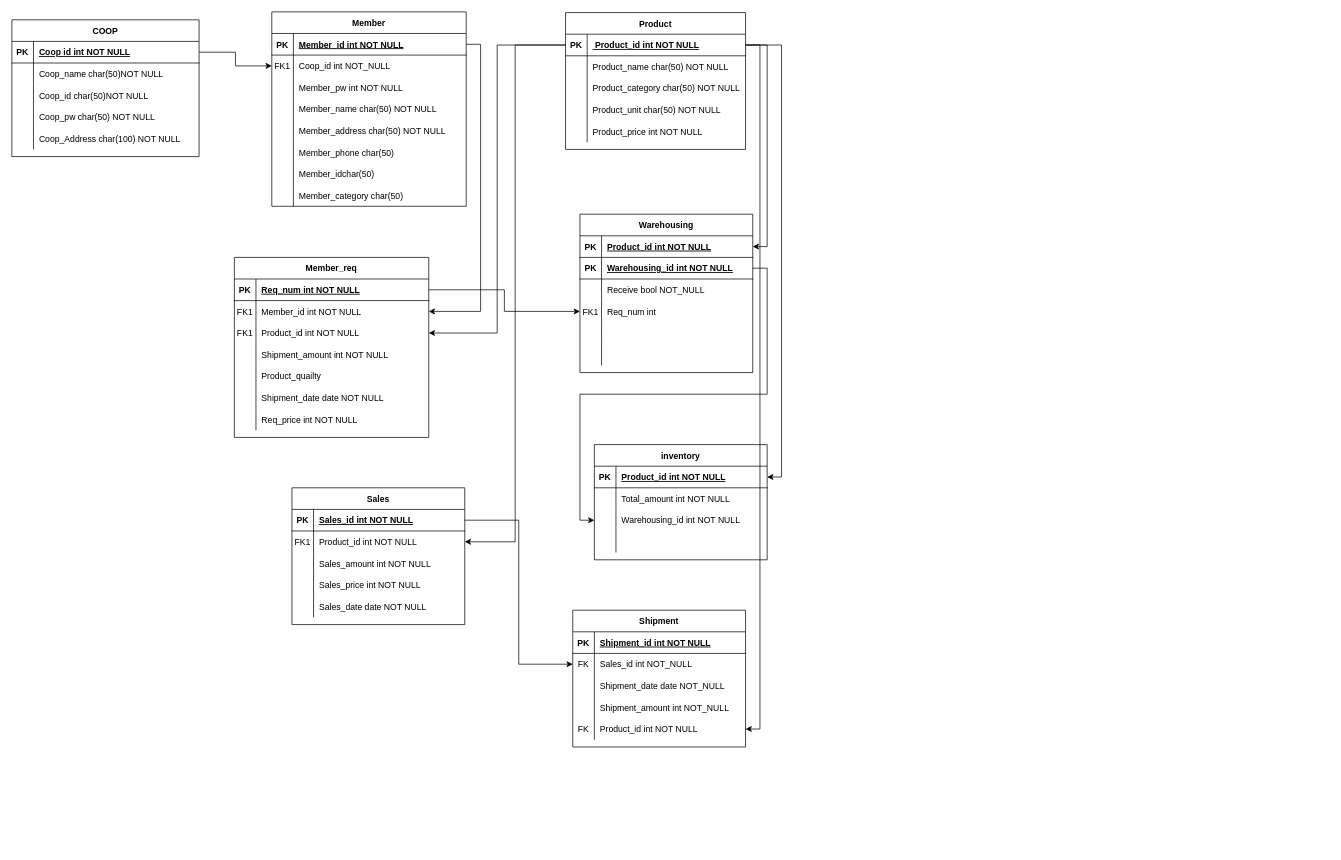
The draw.io diagram ERP-ERD.drawio in Now-Hyeok/CoopERP, before the edit. Source tidied: cells renumbered, new cells numbered last; positions are measured from the earlier drawing's top-left corner, leaving out a move shared by most shapes. Both pictures are drawn from the tidied source at 72%, with x=0, y=0 at pixel (12, 12).
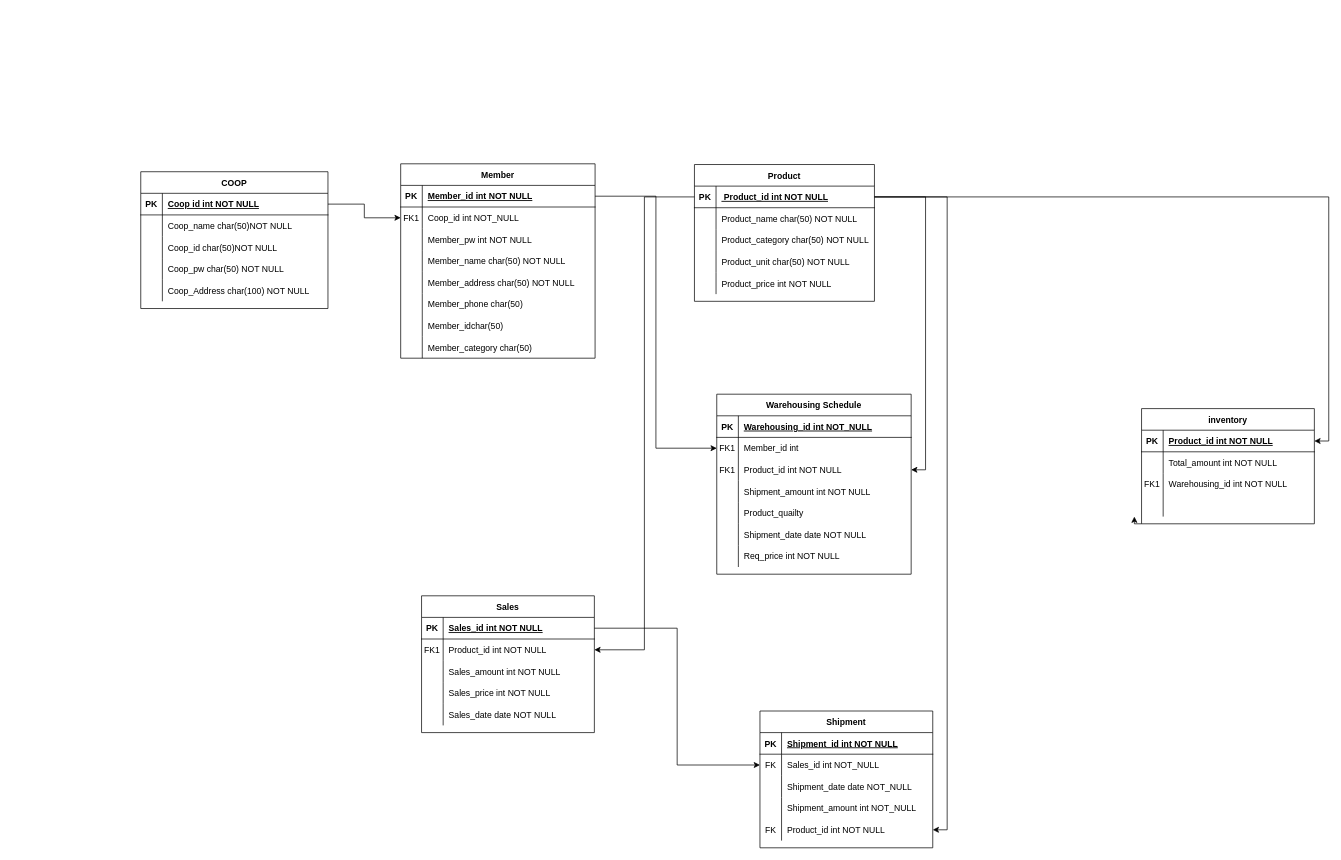
Above is the later version.

The change refers to these unchanged cells:
```xml
<mxCell id="19" style="shape=tableRow;horizontal=0;startSize=0;swimlaneHead=0;swimlaneBody=0;fillColor=none;points=[[0,0.5],[1,0.5]];portConstraint=eastwest;top=0;left=0;right=0;bottom=1;" parent="18" vertex="1">
  <mxGeometry y="30" width="270" height="30" as="geometry" />
</mxCell>
<mxCell id="63" style="shape=tableRow;horizontal=0;startSize=0;swimlaneHead=0;swimlaneBody=0;fillColor=none;points=[[0,0.5],[1,0.5]];portConstraint=eastwest;top=0;left=0;right=0;bottom=1;" parent="62" vertex="1">
  <mxGeometry y="30" width="250" height="30" as="geometry" />
</mxCell>
<mxCell id="143" style="shape=tableRow;horizontal=0;startSize=0;swimlaneHead=0;swimlaneBody=0;fillColor=none;points=[[0,0.5],[1,0.5]];portConstraint=eastwest;top=0;left=0;right=0;bottom=0;" parent="136" vertex="1">
  <mxGeometry y="90" width="240" height="30" as="geometry" />
</mxCell>
```

The edit, as a diff of the source:
```diff
@@
     <mxCell id="2" value="COOP" style="shape=table;startSize=30;childLayout=tableLayout;rowLines=0;fontStyle=1;align=center;" parent="1" vertex="1">
-      <mxGeometry y="11" width="260" height="190" as="geometry" />
+      <mxGeometry x="179" y="222" width="260" height="190" as="geometry" />
     </mxCell>
@@
     <mxCell id="18" value="Member" style="shape=table;startSize=30;childLayout=tableLayout;rowLines=0;fontStyle=1;align=center;" parent="1" vertex="1">
-      <mxGeometry x="361" width="270" height="270" as="geometry" />
+      <mxGeometry x="540" y="211" width="270" height="270" as="geometry" />
     </mxCell>
@@
-    <mxCell id="43" value="Warehousing" style="shape=table;startSize=30;childLayout=tableLayout;rowLines=0;fontStyle=1;align=center;" parent="1" vertex="1">
-      <mxGeometry x="789" y="281" width="240" height="220" as="geometry" />
-    </mxCell>
-    <mxCell id="44" style="shape=tableRow;horizontal=0;startSize=0;swimlaneHead=0;swimlaneBody=0;fillColor=none;points=[[0,0.5],[1,0.5]];portConstraint=eastwest;top=0;left=0;right=0;bottom=1;" parent="43" vertex="1">
-      <mxGeometry y="30" width="240" height="30" as="geometry" />
-    </mxCell>
-    <mxCell id="45" value="PK" style="shape=partialRectangle;fillColor=none;top=0;left=0;bottom=0;right=0;fontStyle=1;overflow=hidden;" parent="44" vertex="1">
-      <mxGeometry width="30" height="30" as="geometry" />
-    </mxCell>
-    <mxCell id="46" value="Product_id int NOT NULL" style="shape=partialRectangle;fillColor=none;top=0;left=0;bottom=0;right=0;align=left;spacingLeft=6;fontStyle=5;overflow=hidden;" parent="44" vertex="1">
-      <mxGeometry x="30" width="210" height="30" as="geometry" />
-    </mxCell>
-    <mxCell id="47" style="shape=tableRow;horizontal=0;startSize=0;swimlaneHead=0;swimlaneBody=0;fillColor=none;points=[[0,0.5],[1,0.5]];portConstraint=eastwest;top=0;left=0;right=0;bottom=1;" parent="43" vertex="1">
-      <mxGeometry y="60" width="240" height="30" as="geometry" />
-    </mxCell>
-    <mxCell id="48" value="PK" style="shape=partialRectangle;fillColor=none;top=0;left=0;bottom=0;right=0;fontStyle=1;overflow=hidden;" parent="47" vertex="1">
-      <mxGeometry width="30" height="30" as="geometry" />
-    </mxCell>
-    <mxCell id="49" value="Warehousing_id int NOT NULL" style="shape=partialRectangle;fillColor=none;top=0;left=0;bottom=0;right=0;align=left;spacingLeft=6;fontStyle=5;overflow=hidden;" parent="47" vertex="1">
-      <mxGeometry x="30" width="210" height="30" as="geometry" />
-    </mxCell>
-    <mxCell id="50" style="shape=tableRow;horizontal=0;startSize=0;swimlaneHead=0;swimlaneBody=0;fillColor=none;top=0;left=0;right=0;bottom=0;" parent="43" vertex="1">
-      <mxGeometry y="90" width="240" height="30" as="geometry" />
-    </mxCell>
-    <mxCell id="51" style="shape=partialRectangle;fillColor=none;top=0;left=0;bottom=0;right=0;overflow=hidden;" parent="50" vertex="1">
-      <mxGeometry width="30" height="30" as="geometry" />
-    </mxCell>
-    <mxCell id="52" value="Receive bool NOT_NULL" style="shape=partialRectangle;fillColor=none;top=0;left=0;bottom=0;right=0;align=left;spacingLeft=6;overflow=hidden;" parent="50" vertex="1">
-      <mxGeometry x="30" width="210" height="30" as="geometry" />
-    </mxCell>
-    <mxCell id="53" style="shape=tableRow;horizontal=0;startSize=0;swimlaneHead=0;swimlaneBody=0;fillColor=none;points=[[0,0.5],[1,0.5]];portConstraint=eastwest;top=0;left=0;right=0;bottom=0;" parent="43" vertex="1">
-      <mxGeometry y="120" width="240" height="30" as="geometry" />
-    </mxCell>
-    <mxCell id="54" value="FK1" style="shape=partialRectangle;fillColor=none;top=0;left=0;bottom=0;right=0;overflow=hidden;" parent="53" vertex="1">
-      <mxGeometry width="30" height="30" as="geometry" />
-    </mxCell>
-    <mxCell id="55" value="Req_num int" style="shape=partialRectangle;fillColor=none;top=0;left=0;bottom=0;right=0;align=left;spacingLeft=6;overflow=hidden;" parent="53" vertex="1">
-      <mxGeometry x="30" width="210" height="30" as="geometry" />
-    </mxCell>
-    <mxCell id="56" style="shape=tableRow;horizontal=0;startSize=0;swimlaneHead=0;swimlaneBody=0;fillColor=none;top=0;left=0;right=0;bottom=0;" parent="43" vertex="1">
-      <mxGeometry y="150" width="240" height="30" as="geometry" />
-    </mxCell>
-    <mxCell id="57" style="shape=partialRectangle;fillColor=none;top=0;left=0;bottom=0;right=0;overflow=hidden;" parent="56" vertex="1">
-      <mxGeometry width="30" height="30" as="geometry" />
-    </mxCell>
-    <mxCell id="58" style="shape=partialRectangle;fillColor=none;top=0;left=0;bottom=0;right=0;align=left;spacingLeft=6;overflow=hidden;" parent="56" vertex="1">
-      <mxGeometry x="30" width="210" height="30" as="geometry" />
-    </mxCell>
-    <mxCell id="59" style="shape=tableRow;horizontal=0;startSize=0;swimlaneHead=0;swimlaneBody=0;fillColor=none;top=0;left=0;right=0;bottom=0;" parent="43" vertex="1">
-      <mxGeometry y="180" width="240" height="30" as="geometry" />
-    </mxCell>
-    <mxCell id="60" style="shape=partialRectangle;fillColor=none;top=0;left=0;bottom=0;right=0;overflow=hidden;" parent="59" vertex="1">
-      <mxGeometry width="30" height="30" as="geometry" />
-    </mxCell>
-    <mxCell id="61" style="shape=partialRectangle;fillColor=none;top=0;left=0;bottom=0;right=0;align=left;spacingLeft=6;overflow=hidden;" parent="59" vertex="1">
-      <mxGeometry x="30" width="210" height="30" as="geometry" />
-    </mxCell>
     <mxCell id="62" value="Product" style="shape=table;startSize=30;childLayout=tableLayout;rowLines=0;fontStyle=1;align=center;" parent="1" vertex="1">
-      <mxGeometry x="769" y="1" width="250" height="190" as="geometry" />
+      <mxGeometry x="948" y="212" width="250" height="190" as="geometry" />
     </mxCell>
@@
     <mxCell id="78" value="Sales" style="shape=table;startSize=30;childLayout=tableLayout;rowLines=0;fontStyle=1;align=center;" parent="1" vertex="1">
-      <mxGeometry x="389" y="661" width="240" height="190" as="geometry" />
+      <mxGeometry x="569" y="811" width="240" height="190" as="geometry" />
     </mxCell>
@@
     <mxCell id="94" value="Shipment" style="shape=table;startSize=30;childLayout=tableLayout;rowLines=0;fontStyle=1;align=center;" parent="1" vertex="1">
-      <mxGeometry x="779" y="831" width="240" height="190" as="geometry" />
+      <mxGeometry x="1039" y="971" width="240" height="190" as="geometry" />
     </mxCell>
@@
-    <mxCell id="111" value="Member_req" style="shape=table;startSize=30;childLayout=tableLayout;rowLines=0;fontStyle=1;align=center;" parent="1" vertex="1">
-      <mxGeometry x="309" y="341" width="270" height="250" as="geometry" />
-    </mxCell>
-    <mxCell id="112" style="shape=tableRow;horizontal=0;startSize=0;swimlaneHead=0;swimlaneBody=0;fillColor=none;points=[[0,0.5],[1,0.5]];portConstraint=eastwest;top=0;left=0;right=0;bottom=1;" parent="111" vertex="1">
-      <mxGeometry y="30" width="270" height="30" as="geometry" />
-    </mxCell>
-    <mxCell id="113" value="PK" style="shape=partialRectangle;fillColor=none;top=0;left=0;bottom=0;right=0;fontStyle=1;overflow=hidden;" parent="112" vertex="1">
-      <mxGeometry width="30" height="30" as="geometry" />
-    </mxCell>
-    <mxCell id="114" value="Req_num int NOT NULL" style="shape=partialRectangle;fillColor=none;top=0;left=0;bottom=0;right=0;align=left;spacingLeft=6;fontStyle=5;overflow=hidden;" parent="112" vertex="1">
-      <mxGeometry x="30" width="240" height="30" as="geometry" />
-    </mxCell>
-    <mxCell id="115" style="shape=tableRow;horizontal=0;startSize=0;swimlaneHead=0;swimlaneBody=0;fillColor=none;points=[[0,0.5],[1,0.5]];portConstraint=eastwest;top=0;left=0;right=0;bottom=0;" parent="111" vertex="1">
-      <mxGeometry y="60" width="270" height="30" as="geometry" />
-    </mxCell>
-    <mxCell id="116" value="FK1" style="shape=partialRectangle;fillColor=none;top=0;left=0;bottom=0;right=0;overflow=hidden;" parent="115" vertex="1">
-      <mxGeometry width="30" height="30" as="geometry" />
-    </mxCell>
-    <mxCell id="117" value="Member_id int NOT NULL" style="shape=partialRectangle;fillColor=none;top=0;left=0;bottom=0;right=0;align=left;spacingLeft=6;overflow=hidden;" parent="115" vertex="1">
-      <mxGeometry x="30" width="240" height="30" as="geometry" />
-    </mxCell>
-    <mxCell id="118" style="shape=tableRow;horizontal=0;startSize=0;swimlaneHead=0;swimlaneBody=0;fillColor=none;points=[[0,0.5],[1,0.5]];portConstraint=eastwest;top=0;left=0;right=0;bottom=0;" parent="111" vertex="1">
-      <mxGeometry y="90" width="270" height="30" as="geometry" />
-    </mxCell>
-    <mxCell id="119" value="FK1" style="shape=partialRectangle;fillColor=none;top=0;left=0;bottom=0;right=0;overflow=hidden;" parent="118" vertex="1">
-      <mxGeometry width="30" height="30" as="geometry" />
-    </mxCell>
-    <mxCell id="120" value="Product_id int NOT NULL" style="shape=partialRectangle;fillColor=none;top=0;left=0;bottom=0;right=0;align=left;spacingLeft=6;overflow=hidden;" parent="118" vertex="1">
-      <mxGeometry x="30" width="240" height="30" as="geometry" />
-    </mxCell>
-    <mxCell id="121" style="shape=tableRow;horizontal=0;startSize=0;swimlaneHead=0;swimlaneBody=0;fillColor=none;top=0;left=0;right=0;bottom=0;" parent="111" vertex="1">
-      <mxGeometry y="120" width="270" height="30" as="geometry" />
-    </mxCell>
-    <mxCell id="122" style="shape=partialRectangle;fillColor=none;top=0;left=0;bottom=0;right=0;overflow=hidden;" parent="121" vertex="1">
-      <mxGeometry width="30" height="30" as="geometry" />
-    </mxCell>
-    <mxCell id="123" value="Shipment_amount int NOT NULL" style="shape=partialRectangle;fillColor=none;top=0;left=0;bottom=0;right=0;align=left;spacingLeft=6;overflow=hidden;" parent="121" vertex="1">
-      <mxGeometry x="30" width="240" height="30" as="geometry" />
-    </mxCell>
-    <mxCell id="124" style="shape=tableRow;horizontal=0;startSize=0;swimlaneHead=0;swimlaneBody=0;fillColor=none;top=0;left=0;right=0;bottom=0;" parent="111" vertex="1">
-      <mxGeometry y="150" width="270" height="30" as="geometry" />
-    </mxCell>
-    <mxCell id="125" style="shape=partialRectangle;fillColor=none;top=0;left=0;bottom=0;right=0;overflow=hidden;" parent="124" vertex="1">
-      <mxGeometry width="30" height="30" as="geometry" />
-    </mxCell>
-    <mxCell id="126" value="Product_quailty" style="shape=partialRectangle;fillColor=none;top=0;left=0;bottom=0;right=0;align=left;spacingLeft=6;overflow=hidden;" parent="124" vertex="1">
-      <mxGeometry x="30" width="240" height="30" as="geometry" />
-    </mxCell>
-    <mxCell id="127" style="shape=tableRow;horizontal=0;startSize=0;swimlaneHead=0;swimlaneBody=0;fillColor=none;top=0;left=0;right=0;bottom=0;" parent="111" vertex="1">
-      <mxGeometry y="180" width="270" height="30" as="geometry" />
-    </mxCell>
-    <mxCell id="128" style="shape=partialRectangle;fillColor=none;top=0;left=0;bottom=0;right=0;overflow=hidden;" parent="127" vertex="1">
-      <mxGeometry width="30" height="30" as="geometry" />
-    </mxCell>
-    <mxCell id="129" value="Shipment_date date NOT NULL" style="shape=partialRectangle;fillColor=none;top=0;left=0;bottom=0;right=0;align=left;spacingLeft=6;overflow=hidden;" parent="127" vertex="1">
-      <mxGeometry x="30" width="240" height="30" as="geometry" />
-    </mxCell>
-    <mxCell id="130" style="shape=tableRow;horizontal=0;startSize=0;swimlaneHead=0;swimlaneBody=0;fillColor=none;top=0;left=0;right=0;bottom=0;" parent="111" vertex="1">
-      <mxGeometry y="210" width="270" height="30" as="geometry" />
-    </mxCell>
-    <mxCell id="131" style="shape=partialRectangle;fillColor=none;top=0;left=0;bottom=0;right=0;overflow=hidden;" parent="130" vertex="1">
-      <mxGeometry width="30" height="30" as="geometry" />
-    </mxCell>
-    <mxCell id="132" value="Req_price int NOT NULL" style="shape=partialRectangle;fillColor=none;top=0;left=0;bottom=0;right=0;align=left;spacingLeft=6;overflow=hidden;" parent="130" vertex="1">
-      <mxGeometry x="30" width="240" height="30" as="geometry" />
-    </mxCell>
-    <mxCell id="133" style="edgeStyle=orthogonalEdgeStyle;rounded=0;jettySize=auto;html=1;exitX=1;exitY=0.5;exitDx=0;exitDy=0;entryX=1;entryY=0.5;entryDx=0;entryDy=0;" parent="1" edge="1" source="19" target="115">
-      <mxGeometry relative="1" as="geometry" />
-    </mxCell>
-    <mxCell id="134" style="edgeStyle=orthogonalEdgeStyle;rounded=0;jettySize=auto;html=1;entryX=1;entryY=0.5;entryDx=0;entryDy=0;" parent="1" edge="1" source="63" target="118">
-      <mxGeometry relative="1" as="geometry" />
-    </mxCell>
-    <mxCell id="135" style="edgeStyle=orthogonalEdgeStyle;rounded=0;jettySize=auto;html=1;exitX=1;exitY=0.5;exitDx=0;exitDy=0;" parent="1" edge="1" source="112" target="53">
-      <mxGeometry relative="1" as="geometry" />
-    </mxCell>
+    <mxCell id="155" style="edgeStyle=orthogonalEdgeStyle;rounded=0;jettySize=auto;html=1;exitX=0;exitY=1;exitDx=0;exitDy=0;" parent="1" edge="1" source="136">
+      <mxGeometry relative="1" as="geometry">
+        <mxPoint x="1559" y="701" as="targetPoint" />
+      </mxGeometry>
+    </mxCell>
     <mxCell id="136" value="inventory" style="shape=table;startSize=30;childLayout=tableLayout;rowLines=0;fontStyle=1;align=center;" parent="1" vertex="1">
-      <mxGeometry x="809" y="601" width="240" height="160" as="geometry" />
+      <mxGeometry x="1569" y="551" width="240" height="160" as="geometry" />
     </mxCell>
@@
-    <mxCell id="144" style="shape=partialRectangle;fillColor=none;top=0;left=0;bottom=0;right=0;overflow=hidden;" parent="143" vertex="1">
+    <mxCell id="144" value="FK1" style="shape=partialRectangle;fillColor=none;top=0;left=0;bottom=0;right=0;overflow=hidden;" parent="143" vertex="1">
       <mxGeometry width="30" height="30" as="geometry" />
     </mxCell>
@@
-    <mxCell id="151" style="edgeStyle=orthogonalEdgeStyle;rounded=0;jettySize=auto;html=1;exitX=1;exitY=0.5;exitDx=0;exitDy=0;entryX=1;entryY=0.5;entryDx=0;entryDy=0;" parent="1" edge="1" source="63" target="44">
-      <mxGeometry relative="1" as="geometry" />
-    </mxCell>
-    <mxCell id="152" style="edgeStyle=orthogonalEdgeStyle;rounded=0;jettySize=auto;html=1;" parent="1" edge="1" source="47" target="143">
-      <mxGeometry relative="1" as="geometry" />
-    </mxCell>
@@
+    <mxCell id="156" value="Warehousing Schedule" style="shape=table;startSize=30;childLayout=tableLayout;rowLines=0;fontStyle=1;align=center;" parent="1" vertex="1">
+      <mxGeometry x="979" y="531" width="270" height="250" as="geometry" />
+    </mxCell>
+    <mxCell id="112" style="shape=tableRow;horizontal=0;startSize=0;swimlaneHead=0;swimlaneBody=0;fillColor=none;points=[[0,0.5],[1,0.5]];portConstraint=eastwest;top=0;left=0;right=0;bottom=1;" parent="156" vertex="1">
+      <mxGeometry y="30" width="270" height="30" as="geometry" />
+    </mxCell>
+    <mxCell id="157" value="PK" style="shape=partialRectangle;fillColor=none;top=0;left=0;bottom=0;right=0;fontStyle=1;overflow=hidden;" parent="112" vertex="1">
+      <mxGeometry width="30" height="30" as="geometry" />
+    </mxCell>
+    <mxCell id="158" value="Warehousing_id int NOT_NULL" style="shape=partialRectangle;fillColor=none;top=0;left=0;bottom=0;right=0;align=left;spacingLeft=6;fontStyle=5;overflow=hidden;" parent="112" vertex="1">
+      <mxGeometry x="30" width="240" height="30" as="geometry" />
+    </mxCell>
+    <mxCell id="115" style="shape=tableRow;horizontal=0;startSize=0;swimlaneHead=0;swimlaneBody=0;fillColor=none;points=[[0,0.5],[1,0.5]];portConstraint=eastwest;top=0;left=0;right=0;bottom=0;" parent="156" vertex="1">
+      <mxGeometry y="60" width="270" height="30" as="geometry" />
+    </mxCell>
+    <mxCell id="159" value="FK1" style="shape=partialRectangle;fillColor=none;top=0;left=0;bottom=0;right=0;overflow=hidden;" parent="115" vertex="1">
+      <mxGeometry width="30" height="30" as="geometry" />
+    </mxCell>
+    <mxCell id="160" value="Member_id int" style="shape=partialRectangle;fillColor=none;top=0;left=0;bottom=0;right=0;align=left;spacingLeft=6;overflow=hidden;" parent="115" vertex="1">
+      <mxGeometry x="30" width="240" height="30" as="geometry" />
+    </mxCell>
+    <mxCell id="118" style="shape=tableRow;horizontal=0;startSize=0;swimlaneHead=0;swimlaneBody=0;fillColor=none;points=[[0,0.5],[1,0.5]];portConstraint=eastwest;top=0;left=0;right=0;bottom=0;" parent="156" vertex="1">
+      <mxGeometry y="90" width="270" height="30" as="geometry" />
+    </mxCell>
+    <mxCell id="161" value="FK1" style="shape=partialRectangle;fillColor=none;top=0;left=0;bottom=0;right=0;overflow=hidden;" parent="118" vertex="1">
+      <mxGeometry width="30" height="30" as="geometry" />
+    </mxCell>
+    <mxCell id="120" value="Product_id int NOT NULL" style="shape=partialRectangle;fillColor=none;top=0;left=0;bottom=0;right=0;align=left;spacingLeft=6;overflow=hidden;" parent="118" vertex="1">
+      <mxGeometry x="30" width="240" height="30" as="geometry" />
+    </mxCell>
+    <mxCell id="121" style="shape=tableRow;horizontal=0;startSize=0;swimlaneHead=0;swimlaneBody=0;fillColor=none;top=0;left=0;right=0;bottom=0;" parent="156" vertex="1">
+      <mxGeometry y="120" width="270" height="30" as="geometry" />
+    </mxCell>
+    <mxCell id="162" style="shape=partialRectangle;fillColor=none;top=0;left=0;bottom=0;right=0;overflow=hidden;" parent="121" vertex="1">
+      <mxGeometry width="30" height="30" as="geometry" />
+    </mxCell>
+    <mxCell id="123" value="Shipment_amount int NOT NULL" style="shape=partialRectangle;fillColor=none;top=0;left=0;bottom=0;right=0;align=left;spacingLeft=6;overflow=hidden;" parent="121" vertex="1">
+      <mxGeometry x="30" width="240" height="30" as="geometry" />
+    </mxCell>
+    <mxCell id="124" style="shape=tableRow;horizontal=0;startSize=0;swimlaneHead=0;swimlaneBody=0;fillColor=none;top=0;left=0;right=0;bottom=0;" parent="156" vertex="1">
+      <mxGeometry y="150" width="270" height="30" as="geometry" />
+    </mxCell>
+    <mxCell id="163" style="shape=partialRectangle;fillColor=none;top=0;left=0;bottom=0;right=0;overflow=hidden;" parent="124" vertex="1">
+      <mxGeometry width="30" height="30" as="geometry" />
+    </mxCell>
+    <mxCell id="126" value="Product_quailty" style="shape=partialRectangle;fillColor=none;top=0;left=0;bottom=0;right=0;align=left;spacingLeft=6;overflow=hidden;" parent="124" vertex="1">
+      <mxGeometry x="30" width="240" height="30" as="geometry" />
+    </mxCell>
+    <mxCell id="127" style="shape=tableRow;horizontal=0;startSize=0;swimlaneHead=0;swimlaneBody=0;fillColor=none;top=0;left=0;right=0;bottom=0;" parent="156" vertex="1">
+      <mxGeometry y="180" width="270" height="30" as="geometry" />
+    </mxCell>
+    <mxCell id="164" style="shape=partialRectangle;fillColor=none;top=0;left=0;bottom=0;right=0;overflow=hidden;" parent="127" vertex="1">
+      <mxGeometry width="30" height="30" as="geometry" />
+    </mxCell>
+    <mxCell id="129" value="Shipment_date date NOT NULL" style="shape=partialRectangle;fillColor=none;top=0;left=0;bottom=0;right=0;align=left;spacingLeft=6;overflow=hidden;" parent="127" vertex="1">
+      <mxGeometry x="30" width="240" height="30" as="geometry" />
+    </mxCell>
+    <mxCell id="130" style="shape=tableRow;horizontal=0;startSize=0;swimlaneHead=0;swimlaneBody=0;fillColor=none;top=0;left=0;right=0;bottom=0;" parent="156" vertex="1">
+      <mxGeometry y="210" width="270" height="30" as="geometry" />
+    </mxCell>
+    <mxCell id="165" style="shape=partialRectangle;fillColor=none;top=0;left=0;bottom=0;right=0;overflow=hidden;" parent="130" vertex="1">
+      <mxGeometry width="30" height="30" as="geometry" />
+    </mxCell>
+    <mxCell id="132" value="Req_price int NOT NULL" style="shape=partialRectangle;fillColor=none;top=0;left=0;bottom=0;right=0;align=left;spacingLeft=6;overflow=hidden;" parent="130" vertex="1">
+      <mxGeometry x="30" width="240" height="30" as="geometry" />
+    </mxCell>
+    <mxCell id="133" style="edgeStyle=orthogonalEdgeStyle;rounded=0;jettySize=auto;html=1;exitX=1;exitY=0.5;exitDx=0;exitDy=0;entryX=0;entryY=0.5;entryDx=0;entryDy=0;" parent="1" edge="1" source="19" target="115">
+      <mxGeometry relative="1" as="geometry" />
+    </mxCell>
+    <mxCell id="134" style="edgeStyle=orthogonalEdgeStyle;rounded=0;jettySize=auto;html=1;entryX=1;entryY=0.5;entryDx=0;entryDy=0;" parent="1" edge="1" source="63" target="118">
+      <mxGeometry relative="1" as="geometry" />
+    </mxCell>
```
